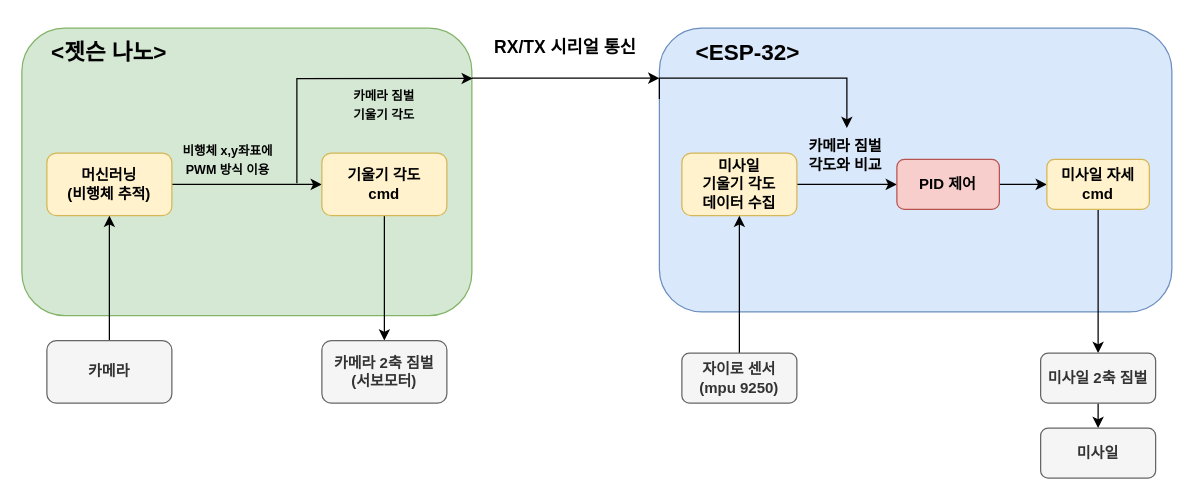
Above: 제목 없는 다이어그램.drawio in sonmyungwon/Software-Development (draw.io), before the change. Source tidied: cells renumbered, new cells numbered last; positions are measured from the earlier drawing's top-left corner, leaving out a move shared by most shapes. Both pictures are drawn from the tidied source at 125%, with x=0, y=0 at pixel (21, 21).
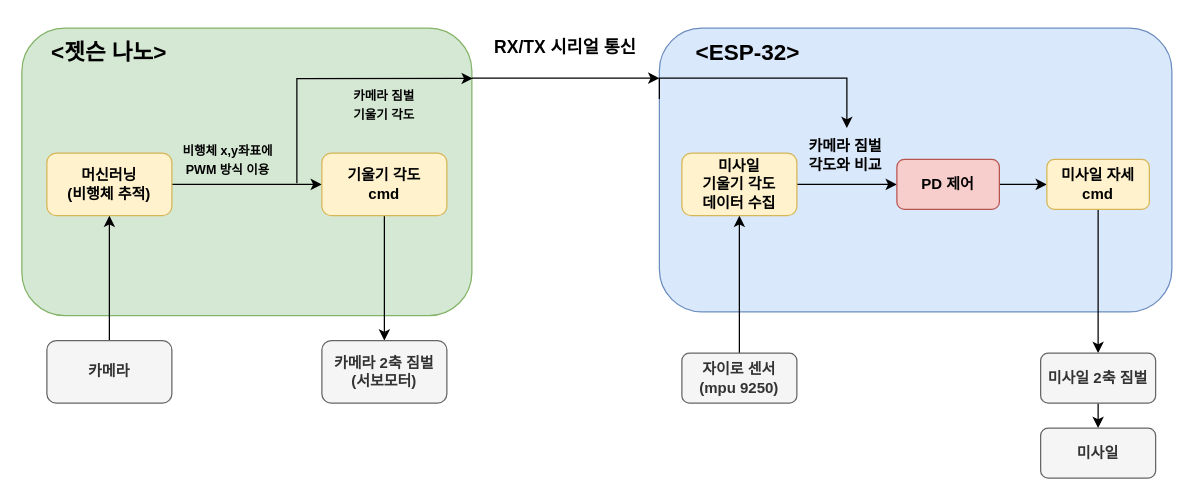
Above is the later version.

Commit message:
제목 없는 다이어그램.drawio 업데이트

The edit, as a diff of the source:
```diff
@@
-    <mxCell id="19" value="PID 제어" style="rounded=1;whiteSpace=wrap;html=1;fillColor=#f8cecc;strokeColor=#b85450;fontStyle=1;" parent="1" vertex="1">
+    <mxCell id="19" value="PD 제어" style="rounded=1;whiteSpace=wrap;html=1;fillColor=#f8cecc;strokeColor=#b85450;fontStyle=1;" parent="1" vertex="1">
       <mxGeometry x="700" y="110" width="82" height="40" as="geometry" />
     </mxCell>
```
